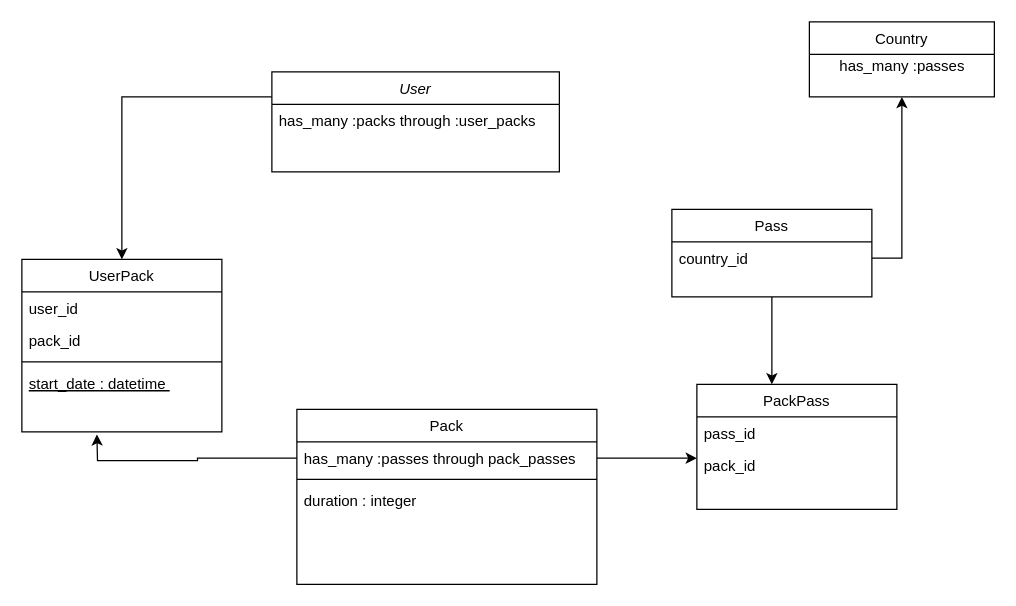
This is Untitled Diagram.drawio from Lodi2244/La_voyageuse_tech_test, a draw.io file, before an edit. Source tidied: cells renumbered, new cells numbered last; positions are measured from the earlier drawing's top-left corner, leaving out a move shared by most shapes. Both pictures are drawn from the tidied source at 125%, with x=0, y=0 at pixel (21, 21).
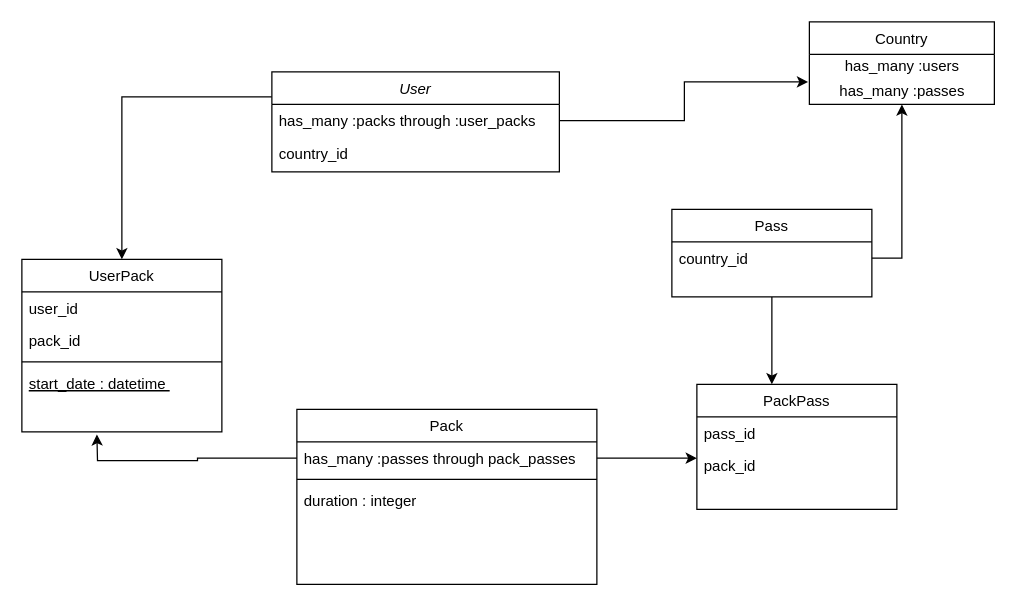
The same diagram, later.

The change refers to these unchanged cells:
```xml
<mxCell id="3" value="User" style="swimlane;fontStyle=2;align=center;verticalAlign=top;horizontal=1;startSize=26;rounded=0;shadow=0;strokeWidth=1;" parent="1" vertex="1">
  <mxGeometry x="200" y="40" width="230" height="80" as="geometry" />
</mxCell>
<mxCell id="4" value="has_many :packs through :user_packs" style="text;align=left;verticalAlign=top;spacingLeft=4;spacingRight=4;overflow=hidden;points=[[0,0.5],[1,0.5]];portConstraint=eastwest;rounded=0;shadow=0;html=0;" parent="3" vertex="1">
  <mxGeometry y="26" width="230" height="26" as="geometry" />
</mxCell>
```

Change to the diagram source:
```diff
@@
+    <mxCell id="25" value="country_id" style="text;align=left;verticalAlign=top;spacingLeft=4;spacingRight=4;overflow=hidden;rounded=0;shadow=0;html=0;" parent="3" vertex="1">
+      <mxGeometry y="52" width="230" height="26" as="geometry" />
+    </mxCell>
@@
     <mxCell id="14" value="Country" style="swimlane;fontStyle=0;align=center;verticalAlign=top;horizontal=1;startSize=26;rounded=0;shadow=0;strokeWidth=1;" parent="1" vertex="1">
-      <mxGeometry x="630" width="148" height="60" as="geometry" />
+      <mxGeometry x="630" width="148" height="66" as="geometry" />
     </mxCell>
+    <mxCell id="26" value="has_many :users" style="text;html=1;align=center;verticalAlign=middle;strokeColor=none;fillColor=none;fontSize=12;fontFamily=Helvetica;fontColor=default;" parent="14" vertex="1">
+      <mxGeometry y="26" width="148" height="20" as="geometry" />
+    </mxCell>
     <mxCell id="15" value="has_many :passes" style="text;html=1;align=center;verticalAlign=middle;points=[];strokeColor=none;fillColor=none;fontSize=12;fontFamily=Helvetica;fontColor=default;" parent="14" vertex="1">
-      <mxGeometry y="26" width="148" height="20" as="geometry" />
+      <mxGeometry y="46" width="148" height="20" as="geometry" />
     </mxCell>
@@
+    <mxCell id="27" style="edgeStyle=orthogonalEdgeStyle;rounded=0;jettySize=auto;html=1;exitX=1;exitY=0.5;exitDx=0;exitDy=0;entryX=-0.007;entryY=0.1;entryDx=0;entryDy=0;entryPerimeter=0;fontFamily=Helvetica;fontSize=12;fontColor=default;" parent="1" edge="1" source="4" target="15">
+      <mxGeometry relative="1" as="geometry" />
+    </mxCell>
```
